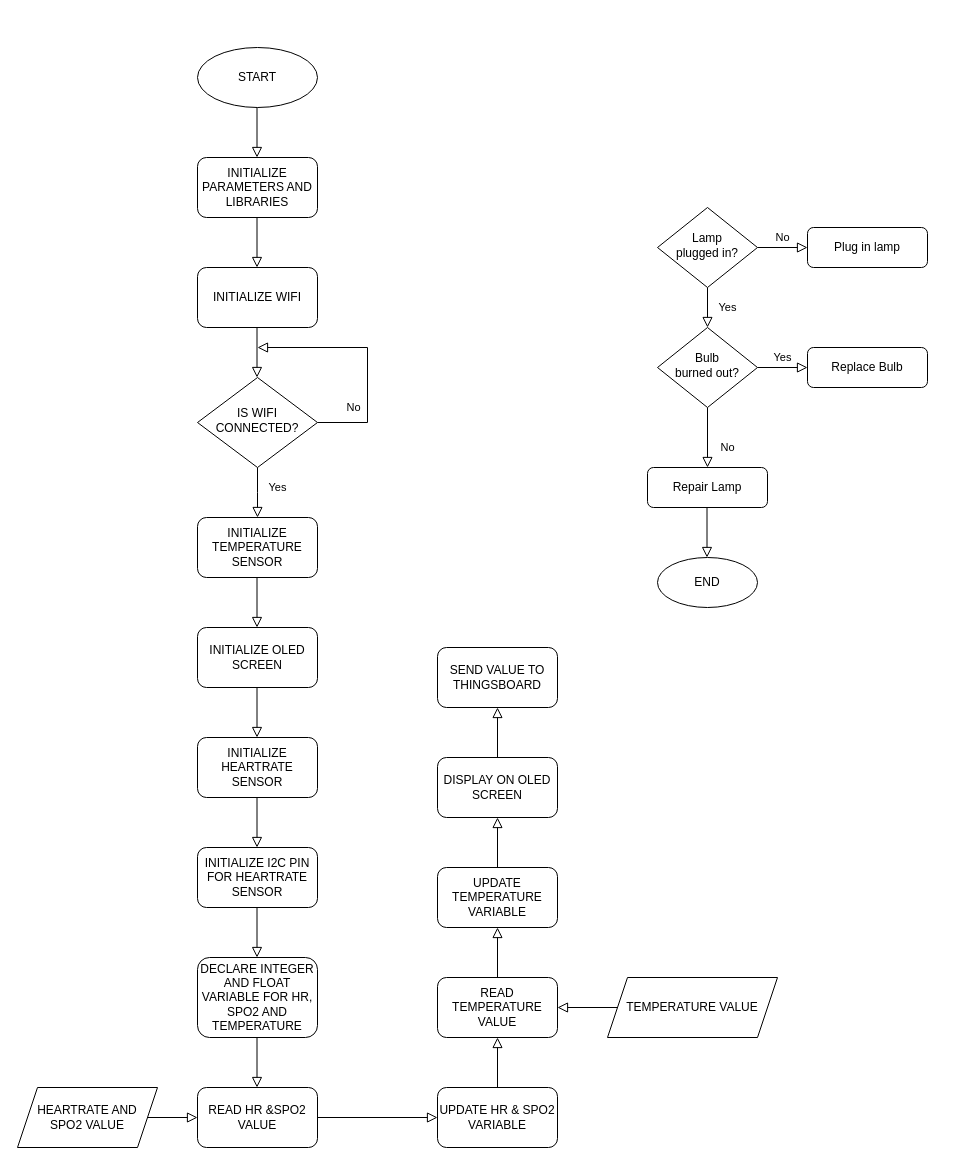
This is FlowChartOfHardware.drawio from datdonguyen99/demoGit, a draw.io file, before an edit. Source tidied: cells renumbered, new cells numbered last; positions are measured from the earlier drawing's top-left corner, leaving out a move shared by most shapes. Both pictures are drawn from the tidied source at 100%, with x=0, y=0 at pixel (17, 47).
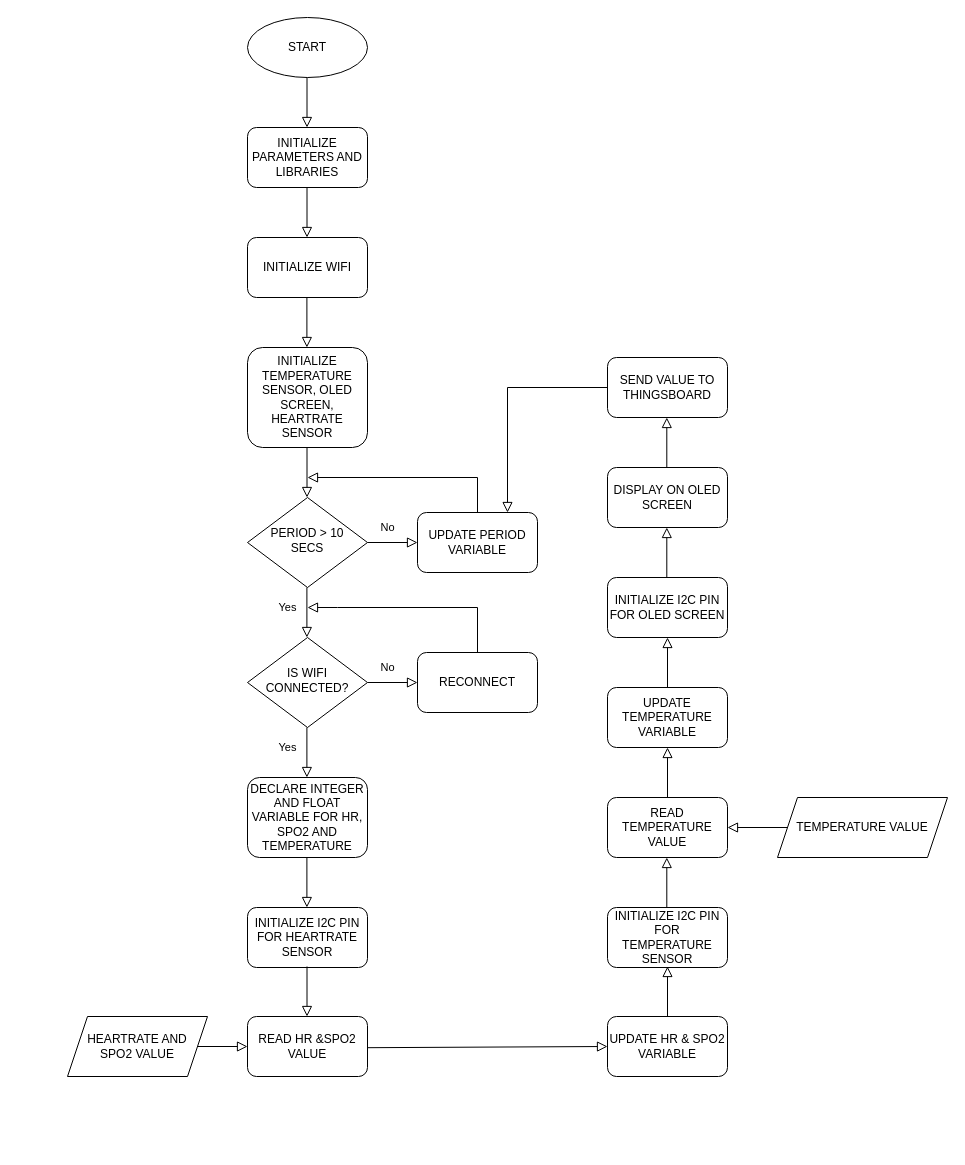
Above is the later version.

The edit, as a diff of the source:
```diff
@@
     <mxCell id="2" value="INITIALIZE PARAMETERS AND LIBRARIES" style="rounded=1;whiteSpace=wrap;html=1;fontSize=12;glass=0;strokeWidth=1;shadow=0;" parent="1" vertex="1">
-      <mxGeometry x="180" y="110" width="120" height="60" as="geometry" />
+      <mxGeometry x="230" y="80" width="120" height="60" as="geometry" />
     </mxCell>
-    <mxCell id="3" value="Yes" style="rounded=0;html=1;jettySize=auto;fontSize=11;endArrow=block;endFill=0;endSize=8;strokeWidth=1;shadow=0;labelBackgroundColor=none;edgeStyle=orthogonalEdgeStyle;" parent="1" edge="1" source="5" target="9">
-      <mxGeometry y="20" relative="1" as="geometry" />
-    </mxCell>
-    <mxCell id="4" value="No" style="edgeStyle=orthogonalEdgeStyle;rounded=0;html=1;jettySize=auto;fontSize=11;endArrow=block;endFill=0;endSize=8;strokeWidth=1;shadow=0;labelBackgroundColor=none;" parent="1" edge="1" source="5" target="6">
-      <mxGeometry y="10" relative="1" as="geometry" />
-    </mxCell>
-    <mxCell id="5" value="Lamp&lt;br&gt;plugged in?" style="rhombus;whiteSpace=wrap;html=1;shadow=0;fontFamily=Helvetica;fontSize=12;align=center;strokeWidth=1;spacing=6;spacingTop=-4;" parent="1" vertex="1">
-      <mxGeometry x="640" y="160" width="100" height="80" as="geometry" />
-    </mxCell>
-    <mxCell id="6" value="Plug in lamp" style="rounded=1;whiteSpace=wrap;html=1;fontSize=12;glass=0;strokeWidth=1;shadow=0;" parent="1" vertex="1">
-      <mxGeometry x="790" y="180" width="120" height="40" as="geometry" />
-    </mxCell>
-    <mxCell id="7" value="No" style="rounded=0;html=1;jettySize=auto;fontSize=11;endArrow=block;endFill=0;endSize=8;strokeWidth=1;shadow=0;labelBackgroundColor=none;edgeStyle=orthogonalEdgeStyle;" parent="1" edge="1" source="9" target="10">
-      <mxGeometry x="0.33" y="20" relative="1" as="geometry" />
-    </mxCell>
-    <mxCell id="8" value="Yes" style="edgeStyle=orthogonalEdgeStyle;rounded=0;html=1;jettySize=auto;fontSize=11;endArrow=block;endFill=0;endSize=8;strokeWidth=1;shadow=0;labelBackgroundColor=none;" parent="1" edge="1" source="9" target="11">
-      <mxGeometry y="10" relative="1" as="geometry" />
-    </mxCell>
-    <mxCell id="9" value="Bulb&lt;br&gt;burned out?" style="rhombus;whiteSpace=wrap;html=1;shadow=0;fontFamily=Helvetica;fontSize=12;align=center;strokeWidth=1;spacing=6;spacingTop=-4;" parent="1" vertex="1">
-      <mxGeometry x="640" y="280" width="100" height="80" as="geometry" />
-    </mxCell>
-    <mxCell id="10" value="Repair Lamp" style="rounded=1;whiteSpace=wrap;html=1;fontSize=12;glass=0;strokeWidth=1;shadow=0;" parent="1" vertex="1">
-      <mxGeometry x="630" y="420" width="120" height="40" as="geometry" />
-    </mxCell>
-    <mxCell id="11" value="Replace Bulb" style="rounded=1;whiteSpace=wrap;html=1;fontSize=12;glass=0;strokeWidth=1;shadow=0;" parent="1" vertex="1">
-      <mxGeometry x="790" y="300" width="120" height="40" as="geometry" />
-    </mxCell>
     <mxCell id="12" value="START" style="ellipse;whiteSpace=wrap;html=1;" parent="1" vertex="1">
-      <mxGeometry x="180" width="120" height="60" as="geometry" />
+      <mxGeometry x="230" y="-30" width="120" height="60" as="geometry" />
     </mxCell>
     <mxCell id="13" style="rounded=0;html=1;jettySize=auto;orthogonalLoop=1;fontSize=11;endArrow=block;endFill=0;endSize=8;strokeWidth=1;shadow=0;labelBackgroundColor=none;edgeStyle=orthogonalEdgeStyle;" parent="1" edge="1">
       <mxGeometry relative="1" as="geometry">
-        <mxPoint x="239.5" y="60" as="sourcePoint" />
-        <mxPoint x="239.5" y="110" as="targetPoint" />
+        <mxPoint x="289.5" y="30" as="sourcePoint" />
+        <mxPoint x="289.5" y="80" as="targetPoint" />
       </mxGeometry>
     </mxCell>
-    <mxCell id="14" value="END" style="ellipse;whiteSpace=wrap;html=1;" parent="1" vertex="1">
-      <mxGeometry x="640" y="510" width="100" height="50" as="geometry" />
-    </mxCell>
-    <mxCell id="15" style="rounded=0;html=1;jettySize=auto;orthogonalLoop=1;fontSize=11;endArrow=block;endFill=0;endSize=8;strokeWidth=1;shadow=0;labelBackgroundColor=none;edgeStyle=orthogonalEdgeStyle;" parent="1" edge="1">
-      <mxGeometry relative="1" as="geometry">
-        <mxPoint x="689.5" y="460" as="sourcePoint" />
-        <mxPoint x="689.5" y="510" as="targetPoint" />
-      </mxGeometry>
-    </mxCell>
     <mxCell id="16" value="INITIALIZE WIFI" style="rounded=1;whiteSpace=wrap;html=1;fontSize=12;glass=0;strokeWidth=1;shadow=0;" parent="1" vertex="1">
-      <mxGeometry x="180" y="220" width="120" height="60" as="geometry" />
+      <mxGeometry x="230" y="190" width="120" height="60" as="geometry" />
     </mxCell>
     <mxCell id="17" style="rounded=0;html=1;jettySize=auto;orthogonalLoop=1;fontSize=11;endArrow=block;endFill=0;endSize=8;strokeWidth=1;shadow=0;labelBackgroundColor=none;edgeStyle=orthogonalEdgeStyle;" parent="1" edge="1">
       <mxGeometry relative="1" as="geometry">
-        <mxPoint x="239.5" y="170" as="sourcePoint" />
-        <mxPoint x="239.5" y="220" as="targetPoint" />
+        <mxPoint x="289.5" y="140" as="sourcePoint" />
+        <mxPoint x="289.5" y="190" as="targetPoint" />
       </mxGeometry>
     </mxCell>
-    <mxCell id="18" style="rounded=0;html=1;jettySize=auto;orthogonalLoop=1;fontSize=11;endArrow=block;endFill=0;endSize=8;strokeWidth=1;shadow=0;labelBackgroundColor=none;edgeStyle=orthogonalEdgeStyle;" parent="1" edge="1">
-      <mxGeometry relative="1" as="geometry">
-        <mxPoint x="239.5" y="280" as="sourcePoint" />
-        <mxPoint x="239.5" y="330" as="targetPoint" />
-      </mxGeometry>
-    </mxCell>
-    <mxCell id="19" value="Yes" style="rounded=0;html=1;jettySize=auto;fontSize=11;endArrow=block;endFill=0;endSize=8;strokeWidth=1;shadow=0;labelBackgroundColor=none;edgeStyle=orthogonalEdgeStyle;" parent="1" edge="1" source="21">
-      <mxGeometry x="-0.2" y="20" relative="1" as="geometry">
-        <mxPoint x="240" y="470" as="targetPoint" />
-      </mxGeometry>
-    </mxCell>
-    <mxCell id="20" value="No" style="edgeStyle=orthogonalEdgeStyle;rounded=0;html=1;jettySize=auto;fontSize=11;endArrow=block;endFill=0;endSize=8;strokeWidth=1;shadow=0;labelBackgroundColor=none;" parent="1" edge="1" source="21">
-      <mxGeometry x="-0.69" y="15" relative="1" as="geometry">
-        <mxPoint x="240" y="300" as="targetPoint" />
-        <Array as="points">
-          <mxPoint x="350" y="375" />
-        </Array>
-      </mxGeometry>
-    </mxCell>
-    <mxCell id="21" value="IS WIFI CONNECTED?" style="rhombus;whiteSpace=wrap;html=1;shadow=0;fontFamily=Helvetica;fontSize=12;align=center;strokeWidth=1;spacing=6;spacingTop=-4;" parent="1" vertex="1">
-      <mxGeometry x="180" y="330" width="120" height="90" as="geometry" />
-    </mxCell>
-    <mxCell id="22" value="INITIALIZE TEMPERATURE SENSOR" style="rounded=1;whiteSpace=wrap;html=1;fontSize=12;glass=0;strokeWidth=1;shadow=0;" parent="1" vertex="1">
-      <mxGeometry x="180" y="470" width="120" height="60" as="geometry" />
+    <mxCell id="22" value="INITIALIZE TEMPERATURE SENSOR, OLED SCREEN, HEARTRATE SENSOR" style="rounded=1;whiteSpace=wrap;html=1;fontSize=12;glass=0;strokeWidth=1;shadow=0;" parent="1" vertex="1">
+      <mxGeometry x="230" y="300" width="120" height="100" as="geometry" />
     </mxCell>
     <mxCell id="23" style="rounded=0;html=1;jettySize=auto;orthogonalLoop=1;fontSize=11;endArrow=block;endFill=0;endSize=8;strokeWidth=1;shadow=0;labelBackgroundColor=none;edgeStyle=orthogonalEdgeStyle;" parent="1" edge="1">
       <mxGeometry relative="1" as="geometry">
-        <mxPoint x="239.5" y="530" as="sourcePoint" />
-        <mxPoint x="239.5" y="580" as="targetPoint" />
+        <mxPoint x="289.5" y="400" as="sourcePoint" />
+        <mxPoint x="289.5" y="450" as="targetPoint" />
       </mxGeometry>
     </mxCell>
-    <mxCell id="24" value="INITIALIZE OLED SCREEN" style="rounded=1;whiteSpace=wrap;html=1;fontSize=12;glass=0;strokeWidth=1;shadow=0;" parent="1" vertex="1">
-      <mxGeometry x="180" y="580" width="120" height="60" as="geometry" />
-    </mxCell>
-    <mxCell id="25" style="rounded=0;html=1;jettySize=auto;orthogonalLoop=1;fontSize=11;endArrow=block;endFill=0;endSize=8;strokeWidth=1;shadow=0;labelBackgroundColor=none;edgeStyle=orthogonalEdgeStyle;" parent="1" edge="1">
-      <mxGeometry relative="1" as="geometry">
-        <mxPoint x="239.5" y="640" as="sourcePoint" />
-        <mxPoint x="239.5" y="690" as="targetPoint" />
-      </mxGeometry>
-    </mxCell>
-    <mxCell id="26" value="INITIALIZE HEARTRATE SENSOR" style="rounded=1;whiteSpace=wrap;html=1;fontSize=12;glass=0;strokeWidth=1;shadow=0;" parent="1" vertex="1">
-      <mxGeometry x="180" y="690" width="120" height="60" as="geometry" />
-    </mxCell>
-    <mxCell id="27" style="rounded=0;html=1;jettySize=auto;orthogonalLoop=1;fontSize=11;endArrow=block;endFill=0;endSize=8;strokeWidth=1;shadow=0;labelBackgroundColor=none;edgeStyle=orthogonalEdgeStyle;" parent="1" edge="1">
-      <mxGeometry relative="1" as="geometry">
-        <mxPoint x="239.5" y="750" as="sourcePoint" />
-        <mxPoint x="239.5" y="800" as="targetPoint" />
-      </mxGeometry>
-    </mxCell>
     <mxCell id="28" value="INITIALIZE I2C PIN FOR HEARTRATE SENSOR" style="rounded=1;whiteSpace=wrap;html=1;fontSize=12;glass=0;strokeWidth=1;shadow=0;" parent="1" vertex="1">
-      <mxGeometry x="180" y="800" width="120" height="60" as="geometry" />
+      <mxGeometry x="230" y="860" width="120" height="60" as="geometry" />
     </mxCell>
-    <mxCell id="29" style="rounded=0;html=1;jettySize=auto;orthogonalLoop=1;fontSize=11;endArrow=block;endFill=0;endSize=8;strokeWidth=1;shadow=0;labelBackgroundColor=none;edgeStyle=orthogonalEdgeStyle;" parent="1" edge="1">
-      <mxGeometry relative="1" as="geometry">
-        <mxPoint x="239.5" y="860" as="sourcePoint" />
-        <mxPoint x="239.5" y="910" as="targetPoint" />
-      </mxGeometry>
-    </mxCell>
     <mxCell id="30" value="DECLARE INTEGER AND FLOAT VARIABLE FOR HR, SPO2 AND TEMPERATURE" style="rounded=1;whiteSpace=wrap;html=1;fontSize=12;glass=0;strokeWidth=1;shadow=0;" parent="1" vertex="1">
-      <mxGeometry x="180" y="910" width="120" height="80" as="geometry" />
+      <mxGeometry x="230" y="730" width="120" height="80" as="geometry" />
     </mxCell>
     <mxCell id="31" style="rounded=0;html=1;jettySize=auto;orthogonalLoop=1;fontSize=11;endArrow=block;endFill=0;endSize=8;strokeWidth=1;shadow=0;labelBackgroundColor=none;edgeStyle=orthogonalEdgeStyle;" parent="1" edge="1">
       <mxGeometry relative="1" as="geometry">
-        <mxPoint x="239.5" y="990" as="sourcePoint" />
-        <mxPoint x="239.5" y="1040" as="targetPoint" />
+        <mxPoint x="289.5" y="919" as="sourcePoint" />
+        <mxPoint x="289.5" y="969" as="targetPoint" />
       </mxGeometry>
     </mxCell>
     <mxCell id="32" value="READ HR &amp;amp;SPO2 VALUE" style="rounded=1;whiteSpace=wrap;html=1;fontSize=12;glass=0;strokeWidth=1;shadow=0;" parent="1" vertex="1">
-      <mxGeometry x="180" y="1040" width="120" height="60" as="geometry" />
+      <mxGeometry x="230" y="969" width="120" height="60" as="geometry" />
     </mxCell>
-    <mxCell id="33" style="rounded=0;html=1;jettySize=auto;fontSize=11;endArrow=block;endFill=0;endSize=8;strokeWidth=1;shadow=0;labelBackgroundColor=none;exitX=1;exitY=0.5;exitDx=0;exitDy=0;entryX=0;entryY=0.5;entryDx=0;entryDy=0;" parent="1" edge="1" source="32" target="36">
-      <mxGeometry relative="1" as="geometry" />
+    <mxCell id="33" style="rounded=0;html=1;jettySize=auto;fontSize=11;endArrow=block;endFill=0;endSize=8;strokeWidth=1;shadow=0;labelBackgroundColor=none;entryX=0;entryY=0.5;entryDx=0;entryDy=0;" parent="1" edge="1" target="36">
+      <mxGeometry relative="1" as="geometry">
+        <mxPoint x="350" y="1000.2" as="sourcePoint" />
+      </mxGeometry>
     </mxCell>
     <mxCell id="34" value="HEARTRATE AND&lt;br&gt;SPO2 VALUE" style="shape=parallelogram;perimeter=parallelogramPerimeter;whiteSpace=wrap;html=1;fixedSize=1;" parent="1" vertex="1">
-      <mxGeometry y="1040" width="140" height="60" as="geometry" />
+      <mxGeometry x="50" y="969" width="140" height="60" as="geometry" />
     </mxCell>
@@
     <mxCell id="36" value="UPDATE HR &amp;amp; SPO2 VARIABLE" style="rounded=1;whiteSpace=wrap;html=1;fontSize=12;glass=0;strokeWidth=1;shadow=0;" parent="1" vertex="1">
-      <mxGeometry x="420" y="1040" width="120" height="60" as="geometry" />
+      <mxGeometry x="590" y="969" width="120" height="60" as="geometry" />
     </mxCell>
     <mxCell id="37" style="rounded=0;html=1;jettySize=auto;fontSize=11;endArrow=block;endFill=0;endSize=8;strokeWidth=1;shadow=0;labelBackgroundColor=none;exitX=0.5;exitY=0;exitDx=0;exitDy=0;" parent="1" edge="1" source="36">
       <mxGeometry relative="1" as="geometry">
-        <mxPoint x="480" y="990" as="targetPoint" />
+        <mxPoint x="650" y="919" as="targetPoint" />
       </mxGeometry>
     </mxCell>
     <mxCell id="38" value="TEMPERATURE VALUE" style="shape=parallelogram;perimeter=parallelogramPerimeter;whiteSpace=wrap;html=1;fixedSize=1;" parent="1" vertex="1">
-      <mxGeometry x="590" y="930" width="170" height="60" as="geometry" />
+      <mxGeometry x="760" y="750" width="170" height="60" as="geometry" />
     </mxCell>
     <mxCell id="39" value="READ TEMPERATURE VALUE" style="rounded=1;whiteSpace=wrap;html=1;fontSize=12;glass=0;strokeWidth=1;shadow=0;" parent="1" vertex="1">
-      <mxGeometry x="420" y="930" width="120" height="60" as="geometry" />
+      <mxGeometry x="590" y="750" width="120" height="60" as="geometry" />
     </mxCell>
@@
     <mxCell id="41" style="rounded=0;html=1;jettySize=auto;orthogonalLoop=1;fontSize=11;endArrow=block;endFill=0;endSize=8;strokeWidth=1;shadow=0;labelBackgroundColor=none;exitX=0.5;exitY=0;exitDx=0;exitDy=0;" parent="1" edge="1">
       <mxGeometry relative="1" as="geometry">
-        <mxPoint x="480" y="930" as="sourcePoint" />
-        <mxPoint x="480" y="880" as="targetPoint" />
+        <mxPoint x="650" y="750" as="sourcePoint" />
+        <mxPoint x="650" y="700" as="targetPoint" />
       </mxGeometry>
     </mxCell>
     <mxCell id="42" value="UPDATE TEMPERATURE VARIABLE" style="rounded=1;whiteSpace=wrap;html=1;fontSize=12;glass=0;strokeWidth=1;shadow=0;" parent="1" vertex="1">
-      <mxGeometry x="420" y="820" width="120" height="60" as="geometry" />
+      <mxGeometry x="590" y="640" width="120" height="60" as="geometry" />
     </mxCell>
     <mxCell id="43" style="rounded=0;html=1;jettySize=auto;orthogonalLoop=1;fontSize=11;endArrow=block;endFill=0;endSize=8;strokeWidth=1;shadow=0;labelBackgroundColor=none;exitX=0.5;exitY=0;exitDx=0;exitDy=0;" parent="1" edge="1">
       <mxGeometry relative="1" as="geometry">
-        <mxPoint x="480" y="820" as="sourcePoint" />
-        <mxPoint x="480" y="770" as="targetPoint" />
+        <mxPoint x="650" y="640" as="sourcePoint" />
+        <mxPoint x="650" y="590" as="targetPoint" />
       </mxGeometry>
     </mxCell>
     <mxCell id="44" value="DISPLAY ON OLED SCREEN" style="rounded=1;whiteSpace=wrap;html=1;fontSize=12;glass=0;strokeWidth=1;shadow=0;" parent="1" vertex="1">
-      <mxGeometry x="420" y="710" width="120" height="60" as="geometry" />
+      <mxGeometry x="590" y="420" width="120" height="60" as="geometry" />
     </mxCell>
     <mxCell id="45" style="rounded=0;html=1;jettySize=auto;orthogonalLoop=1;fontSize=11;endArrow=block;endFill=0;endSize=8;strokeWidth=1;shadow=0;labelBackgroundColor=none;exitX=0.5;exitY=0;exitDx=0;exitDy=0;" parent="1" edge="1">
       <mxGeometry relative="1" as="geometry">
-        <mxPoint x="480" y="710" as="sourcePoint" />
-        <mxPoint x="480" y="660" as="targetPoint" />
+        <mxPoint x="649.3" y="420" as="sourcePoint" />
+        <mxPoint x="649.3" y="370" as="targetPoint" />
       </mxGeometry>
     </mxCell>
     <mxCell id="46" value="SEND VALUE TO THINGSBOARD" style="rounded=1;whiteSpace=wrap;html=1;fontSize=12;glass=0;strokeWidth=1;shadow=0;" parent="1" vertex="1">
-      <mxGeometry x="420" y="600" width="120" height="60" as="geometry" />
+      <mxGeometry x="590" y="310" width="120" height="60" as="geometry" />
     </mxCell>
+    <mxCell id="47" value="PERIOD &amp;gt; 10&lt;br&gt;SECS" style="rhombus;whiteSpace=wrap;html=1;shadow=0;fontFamily=Helvetica;fontSize=12;align=center;strokeWidth=1;spacing=6;spacingTop=-4;" parent="1" vertex="1">
+      <mxGeometry x="230" y="450" width="120" height="90" as="geometry" />
+    </mxCell>
+    <mxCell id="48" value="Yes" style="rounded=0;html=1;jettySize=auto;orthogonalLoop=1;fontSize=11;endArrow=block;endFill=0;endSize=8;strokeWidth=1;shadow=0;labelBackgroundColor=none;edgeStyle=orthogonalEdgeStyle;" parent="1" edge="1">
+      <mxGeometry x="-0.2" y="-19" relative="1" as="geometry">
+        <mxPoint x="289.4" y="540" as="sourcePoint" />
+        <mxPoint x="289.4" y="590" as="targetPoint" />
+      </mxGeometry>
+    </mxCell>
+    <mxCell id="49" value="No" style="edgeStyle=orthogonalEdgeStyle;rounded=0;html=1;jettySize=auto;orthogonalLoop=1;fontSize=11;endArrow=block;endFill=0;endSize=8;strokeWidth=1;shadow=0;labelBackgroundColor=none;" parent="1" edge="1">
+      <mxGeometry x="-0.2" y="15" relative="1" as="geometry">
+        <mxPoint x="350" y="495" as="sourcePoint" />
+        <mxPoint x="400" y="495" as="targetPoint" />
+        <Array as="points">
+          <mxPoint x="400" y="495" />
+        </Array>
+      </mxGeometry>
+    </mxCell>
+    <mxCell id="50" value="UPDATE PERIOD VARIABLE" style="rounded=1;whiteSpace=wrap;html=1;fontSize=12;glass=0;strokeWidth=1;shadow=0;" parent="1" vertex="1">
+      <mxGeometry x="400" y="465" width="120" height="60" as="geometry" />
+    </mxCell>
+    <mxCell id="51" style="rounded=0;html=1;jettySize=auto;orthogonalLoop=1;fontSize=11;endArrow=block;endFill=0;endSize=8;strokeWidth=1;shadow=0;labelBackgroundColor=none;edgeStyle=orthogonalEdgeStyle;" parent="1" edge="1">
+      <mxGeometry relative="1" as="geometry">
+        <mxPoint x="460" y="465" as="sourcePoint" />
+        <mxPoint x="290" y="430" as="targetPoint" />
+        <Array as="points">
+          <mxPoint x="460" y="430" />
+        </Array>
+      </mxGeometry>
+    </mxCell>
+    <mxCell id="52" style="rounded=0;html=1;jettySize=auto;fontSize=11;endArrow=block;endFill=0;endSize=8;strokeWidth=1;shadow=0;labelBackgroundColor=none;exitX=0;exitY=0.5;exitDx=0;exitDy=0;edgeStyle=orthogonalEdgeStyle;entryX=0.75;entryY=0;entryDx=0;entryDy=0;" parent="1" edge="1" source="46" target="50">
+      <mxGeometry relative="1" as="geometry" />
+    </mxCell>
+    <mxCell id="53" value="No" style="edgeStyle=orthogonalEdgeStyle;rounded=0;html=1;jettySize=auto;fontSize=11;endArrow=block;endFill=0;endSize=8;strokeWidth=1;shadow=0;labelBackgroundColor=none;" parent="1" edge="1" source="21">
+      <mxGeometry x="-0.2" y="15" relative="1" as="geometry">
+        <mxPoint x="400" y="635" as="targetPoint" />
+        <Array as="points">
+          <mxPoint x="400" y="635" />
+        </Array>
+      </mxGeometry>
+    </mxCell>
+    <mxCell id="21" value="IS WIFI CONNECTED?" style="rhombus;whiteSpace=wrap;html=1;shadow=0;fontFamily=Helvetica;fontSize=12;align=center;strokeWidth=1;spacing=6;spacingTop=-4;" parent="1" vertex="1">
+      <mxGeometry x="230" y="590" width="120" height="90" as="geometry" />
+    </mxCell>
+    <mxCell id="54" value="RECONNECT" style="rounded=1;whiteSpace=wrap;html=1;fontSize=12;glass=0;strokeWidth=1;shadow=0;" parent="1" vertex="1">
+      <mxGeometry x="400" y="605" width="120" height="60" as="geometry" />
+    </mxCell>
+    <mxCell id="55" style="rounded=0;html=1;jettySize=auto;orthogonalLoop=1;fontSize=11;endArrow=block;endFill=0;endSize=8;strokeWidth=1;shadow=0;labelBackgroundColor=none;edgeStyle=orthogonalEdgeStyle;" parent="1" edge="1">
+      <mxGeometry relative="1" as="geometry">
+        <mxPoint x="460" y="605" as="sourcePoint" />
+        <mxPoint x="290" y="560" as="targetPoint" />
+        <Array as="points">
+          <mxPoint x="460" y="560" />
+          <mxPoint x="320" y="560" />
+        </Array>
+      </mxGeometry>
+    </mxCell>
+    <mxCell id="56" value="Yes" style="rounded=0;html=1;jettySize=auto;orthogonalLoop=1;fontSize=11;endArrow=block;endFill=0;endSize=8;strokeWidth=1;shadow=0;labelBackgroundColor=none;edgeStyle=orthogonalEdgeStyle;" parent="1" edge="1">
+      <mxGeometry x="-0.2" y="-19" relative="1" as="geometry">
+        <mxPoint x="289.4" y="680" as="sourcePoint" />
+        <mxPoint x="289.4" y="730" as="targetPoint" />
+      </mxGeometry>
+    </mxCell>
+    <mxCell id="57" style="rounded=0;html=1;jettySize=auto;orthogonalLoop=1;fontSize=11;endArrow=block;endFill=0;endSize=8;strokeWidth=1;shadow=0;labelBackgroundColor=none;edgeStyle=orthogonalEdgeStyle;" parent="1" edge="1">
+      <mxGeometry relative="1" as="geometry">
+        <mxPoint x="289.4" y="810" as="sourcePoint" />
+        <mxPoint x="289.4" y="860" as="targetPoint" />
+      </mxGeometry>
+    </mxCell>
+    <mxCell id="58" value="INITIALIZE I2C PIN FOR TEMPERATURE SENSOR" style="rounded=1;whiteSpace=wrap;html=1;fontSize=12;glass=0;strokeWidth=1;shadow=0;" parent="1" vertex="1">
+      <mxGeometry x="590" y="860" width="120" height="60" as="geometry" />
+    </mxCell>
+    <mxCell id="59" style="rounded=0;html=1;jettySize=auto;orthogonalLoop=1;fontSize=11;endArrow=block;endFill=0;endSize=8;strokeWidth=1;shadow=0;labelBackgroundColor=none;exitX=0.5;exitY=0;exitDx=0;exitDy=0;" parent="1" edge="1">
+      <mxGeometry relative="1" as="geometry">
+        <mxPoint x="649.3" y="860" as="sourcePoint" />
+        <mxPoint x="649.3" y="810" as="targetPoint" />
+      </mxGeometry>
+    </mxCell>
+    <mxCell id="60" value="INITIALIZE I2C PIN FOR OLED SCREEN" style="rounded=1;whiteSpace=wrap;html=1;fontSize=12;glass=0;strokeWidth=1;shadow=0;" parent="1" vertex="1">
+      <mxGeometry x="590" y="530" width="120" height="60" as="geometry" />
+    </mxCell>
+    <mxCell id="61" style="rounded=0;html=1;jettySize=auto;orthogonalLoop=1;fontSize=11;endArrow=block;endFill=0;endSize=8;strokeWidth=1;shadow=0;labelBackgroundColor=none;exitX=0.5;exitY=0;exitDx=0;exitDy=0;" parent="1" edge="1">
+      <mxGeometry relative="1" as="geometry">
+        <mxPoint x="649.3" y="530" as="sourcePoint" />
+        <mxPoint x="649.3" y="480" as="targetPoint" />
+      </mxGeometry>
+    </mxCell>
+    <mxCell id="62" style="rounded=0;html=1;jettySize=auto;orthogonalLoop=1;fontSize=11;endArrow=block;endFill=0;endSize=8;strokeWidth=1;shadow=0;labelBackgroundColor=none;edgeStyle=orthogonalEdgeStyle;" parent="1" edge="1">
+      <mxGeometry relative="1" as="geometry">
+        <mxPoint x="289.4" y="250" as="sourcePoint" />
+        <mxPoint x="289.4" y="300" as="targetPoint" />
+      </mxGeometry>
+    </mxCell>
```
